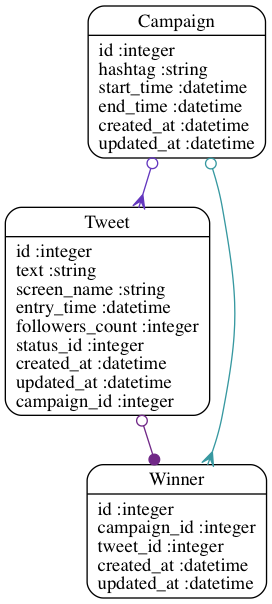
randallreedjr/twitter-picker keeps this Graphviz diagram as models.png. Above is the earlier version. Its source is kept beside it as models.dot.
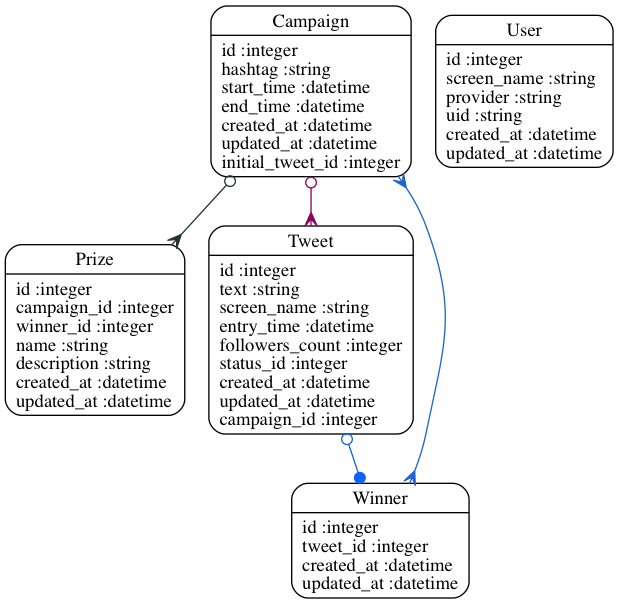
The same diagram one commit later.

Diff of the diagram source:
```diff
@@ -1,9 +1,12 @@
 digraph models_diagram {
 	graph[overlap=false, splines=true]
-	"Campaign" [shape=Mrecord, label="{Campaign|id :integer\lhashtag :string\lstart_time :datetime\lend_time :datetime\lcreated_at :datetime\lupdated_at :datetime\l}"]
+	"Campaign" [shape=Mrecord, label="{Campaign|id :integer\lhashtag :string\lstart_time :datetime\lend_time :datetime\lcreated_at :datetime\lupdated_at :datetime\linitial_tweet_id :integer\l}"]
+	"Prize" [shape=Mrecord, label="{Prize|id :integer\lcampaign_id :integer\lwinner_id :integer\lname :string\ldescription :string\lcreated_at :datetime\lupdated_at :datetime\l}"]
 	"Tweet" [shape=Mrecord, label="{Tweet|id :integer\ltext :string\lscreen_name :string\lentry_time :datetime\lfollowers_count :integer\lstatus_id :integer\lcreated_at :datetime\lupdated_at :datetime\lcampaign_id :integer\l}"]
-	"Winner" [shape=Mrecord, label="{Winner|id :integer\lcampaign_id :integer\ltweet_id :integer\lcreated_at :datetime\lupdated_at :datetime\l}"]
-	"Campaign" -> "Tweet" [arrowtail=odot, arrowhead=crow, dir=both color="#6337BE"]
-	"Campaign" -> "Winner" [arrowtail=odot, arrowhead=crow, dir=both color="#3798A0"]
-	"Tweet" -> "Winner" [arrowtail=odot, arrowhead=dot, dir=both color="#702887"]
+	"User" [shape=Mrecord, label="{User|id :integer\lscreen_name :string\lprovider :string\luid :string\lcreated_at :datetime\lupdated_at :datetime\l}"]
+	"Winner" [shape=Mrecord, label="{Winner|id :integer\ltweet_id :integer\lcreated_at :datetime\lupdated_at :datetime\l}"]
+	"Campaign" -> "Tweet" [arrowtail=odot, arrowhead=crow, dir=both color="#8F0256"]
+	"Campaign" -> "Prize" [arrowtail=odot, arrowhead=crow, dir=both color="#27342E"]
+	"Campaign" -> "Winner" [arrowtail=crow, arrowhead=crow, dir=both color="#1F63D1"]
+	"Tweet" -> "Winner" [arrowtail=odot, arrowhead=dot, dir=both color="#0E61F4"]
 }
```
